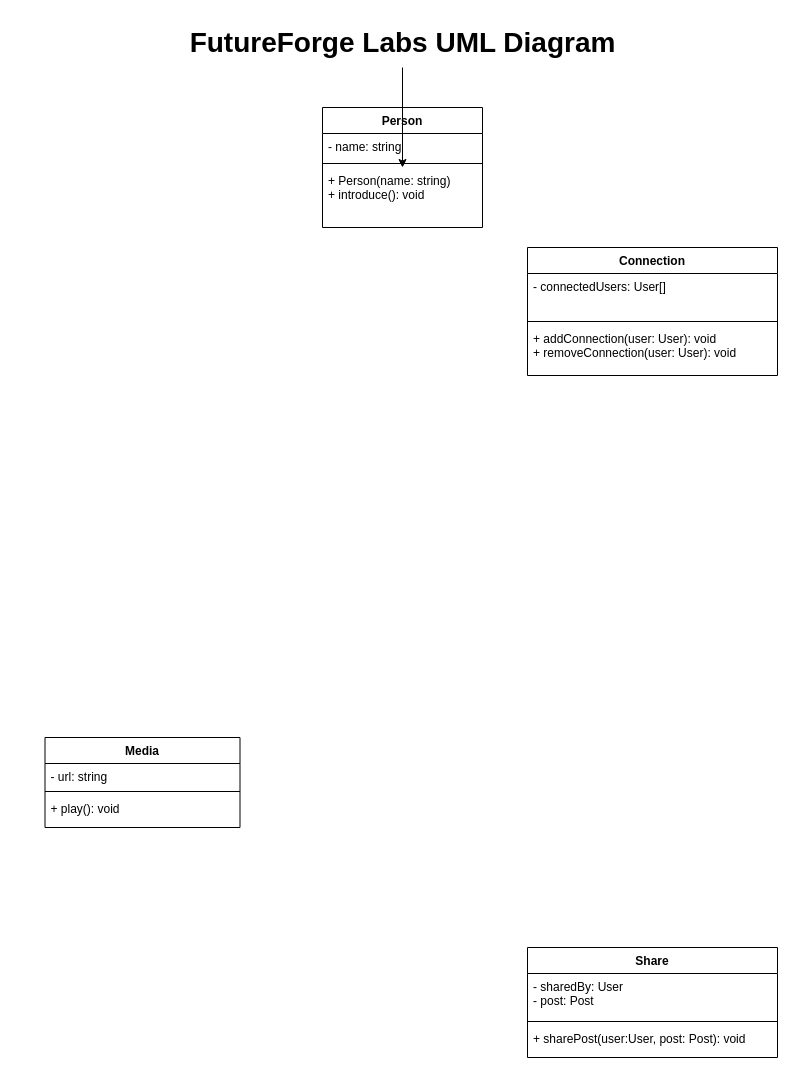
Above: docs/futureforge/futureforgeuml.drawio in BlazerLabs/CSC-3105-22-23-Project-Repo (draw.io), before the change. Source tidied: cells renumbered, new cells numbered last; positions are measured from the earlier drawing's top-left corner, leaving out a move shared by most shapes. Both pictures are drawn from the tidied source at 100%, with x=0, y=0 at pixel (45, 17).
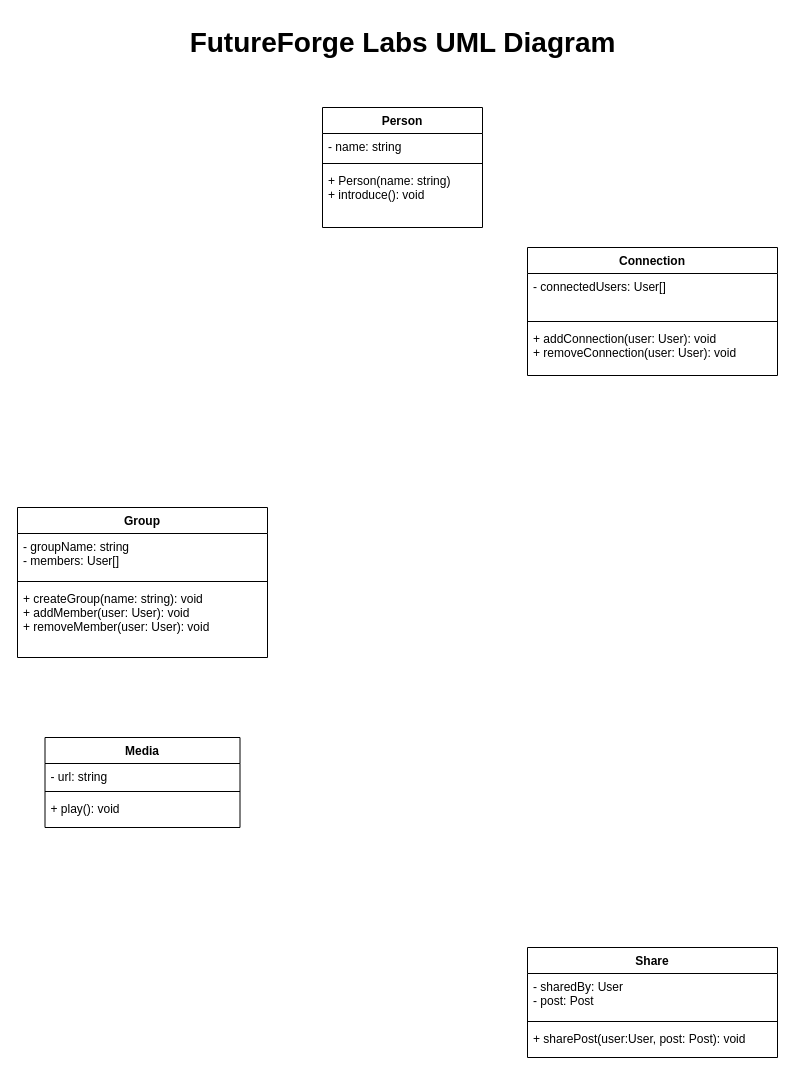
After the change.

Commit message:
Created the Group class entity

Unchanged cells that the change refers to:
```xml
<mxCell id="5" value="+ Person(name: string)&#10;+ introduce(): void" style="text;strokeColor=none;fillColor=none;align=left;verticalAlign=top;spacingLeft=4;spacingRight=4;overflow=hidden;points=[[0,0.5],[1,0.5]];portConstraint=eastwest;" parent="2" vertex="1">
  <mxGeometry y="60" width="160" height="60" as="geometry" />
</mxCell>
<mxCell id="7" value="&lt;font size=&quot;1&quot; style=&quot;&quot;&gt;&lt;b style=&quot;font-size: 28px;&quot;&gt;FutureForge Labs UML Diagram&lt;/b&gt;&lt;/font&gt;" style="text;html=1;align=center;verticalAlign=middle;points=[];strokeColor=none;fillColor=none;" parent="1" vertex="1">
  <mxGeometry x="132" width="450" height="50" as="geometry" />
</mxCell>
```

Diff of the diagram source:
```diff
@@
-    <mxCell id="6" style="edgeStyle=none;html=1;" parent="1" edge="1" source="7" target="5">
-      <mxGeometry relative="1" as="geometry" />
-    </mxCell>
@@
+    <mxCell id="20" value="Group" style="swimlane;fontStyle=1;align=center;verticalAlign=top;horizontal=1;startSize=26;" parent="1" vertex="1">
+      <mxGeometry x="-28" y="490" width="250" height="150" as="geometry" />
+    </mxCell>
+    <mxCell id="21" value="- groupName: string&#10;- members: User[]" style="text;strokeColor=none;fillColor=none;align=left;verticalAlign=top;spacingLeft=4;spacingRight=4;overflow=hidden;" parent="20" vertex="1">
+      <mxGeometry y="26" width="250" height="44" as="geometry" />
+    </mxCell>
+    <mxCell id="22" style="line;strokeWidth=1;fillColor=none;align=left;verticalAlign=middle;spacingTop=-1;spacingLeft=3;spacingRight=3;labelPosition=right;strokeColor=inherit;" parent="20" vertex="1">
+      <mxGeometry y="70" width="250" height="8" as="geometry" />
+    </mxCell>
+    <mxCell id="23" value="+ createGroup(name: string): void&#10;+ addMember(user: User): void&#10;+ removeMember(user: User): void" style="text;strokeColor=none;fillColor=none;align=left;verticalAlign=top;spacingLeft=4;spacingRight=4;overflow=hidden;" parent="20" vertex="1">
+      <mxGeometry y="78" width="250" height="72" as="geometry" />
+    </mxCell>
```
